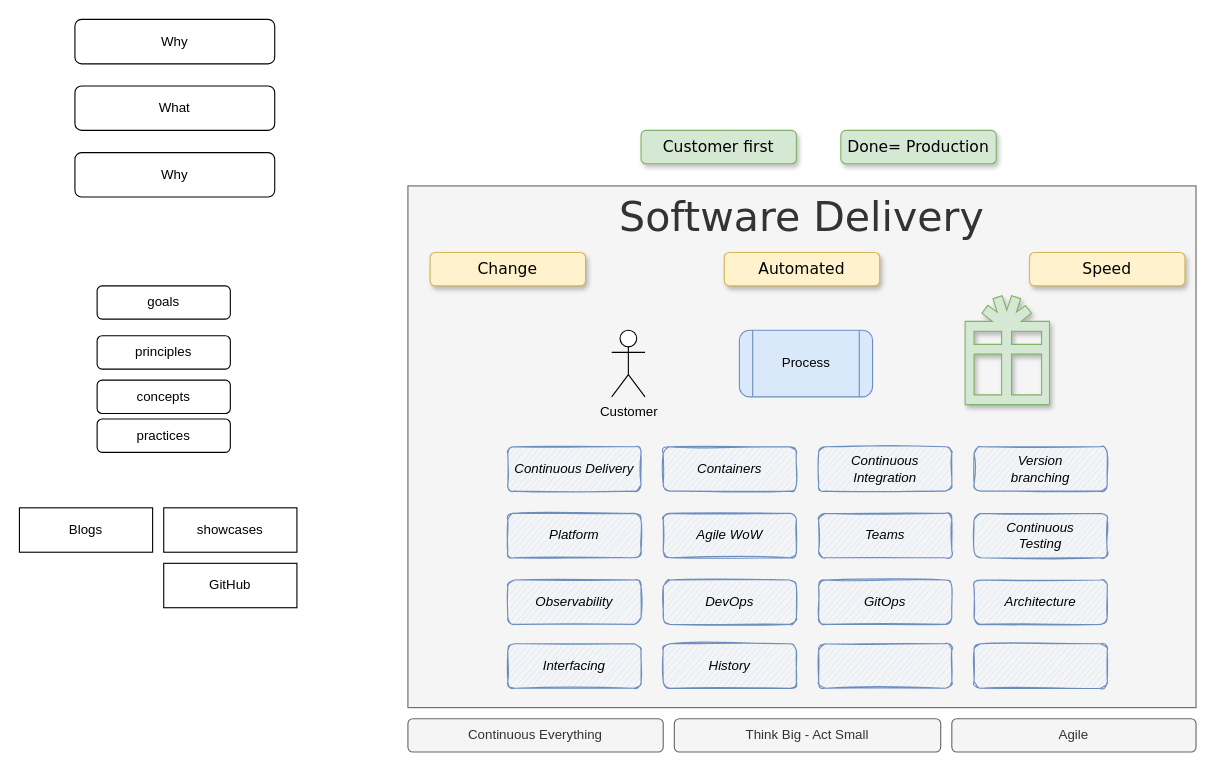
This is MindsetCD.drawio from Sim007/ContinuousDelivery, a draw.io file, before an edit. Source tidied: cells renumbered, new cells numbered last; positions are measured from the earlier drawing's top-left corner, leaving out a move shared by most shapes. Both pictures are drawn from the tidied source at 111%, with x=0, y=0 at pixel (19, 19).
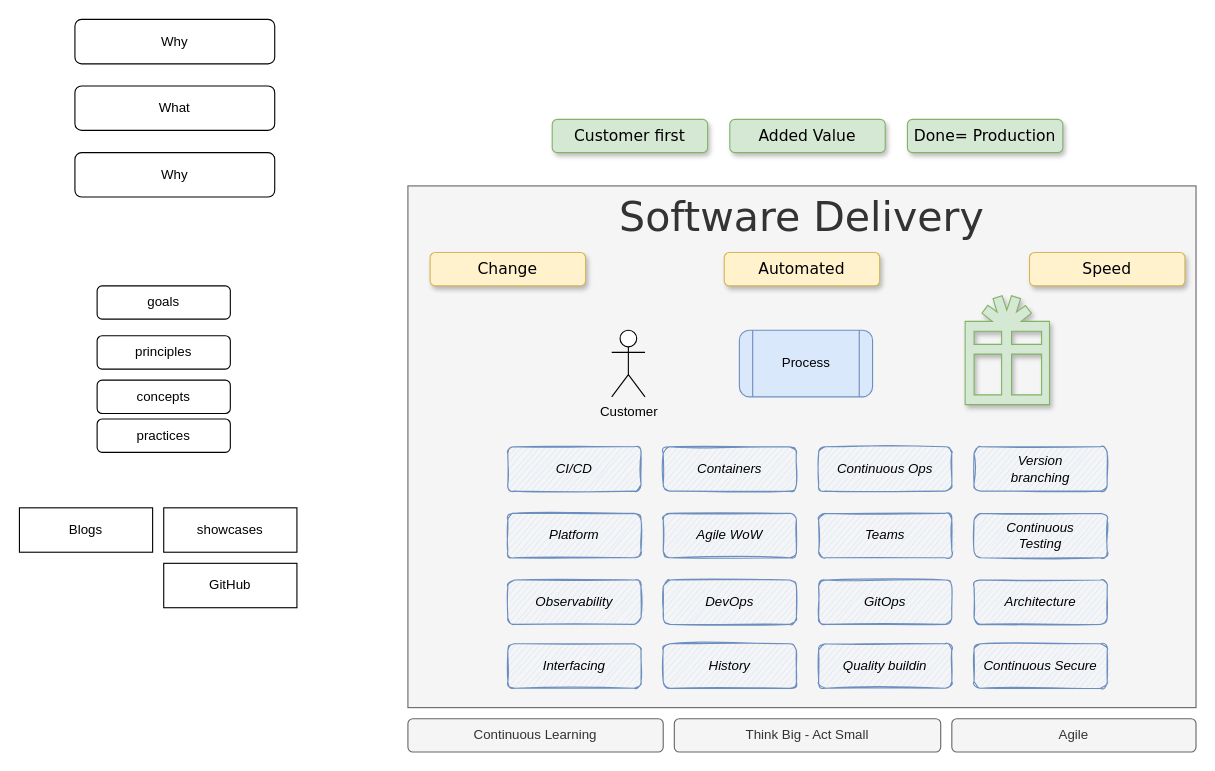
Above is the later version.

The change refers to these unchanged cells:
```xml
<mxCell id="2" value="Software Delivery" style="rounded=0;whiteSpace=wrap;html=1;verticalAlign=top;fontSize=37;labelBorderColor=none;fillColor=#f5f5f5;strokeColor=#666666;fontColor=#333333;fontFamily=Verdana;" parent="1" vertex="1">
  <mxGeometry x="350" y="150" width="710" height="470" as="geometry" />
</mxCell>
```

Change to the diagram source:
```diff
@@
-    <mxCell id="5" value="Continuous Delivery" style="rounded=1;whiteSpace=wrap;html=1;fontStyle=2;sketch=1;glass=0;fillColor=#dae8fc;strokeColor=#6c8ebf;" parent="2" vertex="1">
+    <mxCell id="5" value="CI/CD" style="rounded=1;whiteSpace=wrap;html=1;fontStyle=2;sketch=1;glass=0;fillColor=#dae8fc;strokeColor=#6c8ebf;" parent="2" vertex="1">
       <mxGeometry x="90" y="235" width="120" height="40" as="geometry" />
     </mxCell>
@@
-    <mxCell id="7" value="Continuous Integration" style="rounded=1;whiteSpace=wrap;html=1;fontStyle=2;sketch=1;glass=0;fillColor=#dae8fc;strokeColor=#6c8ebf;" parent="2" vertex="1">
+    <mxCell id="7" value="Continuous Ops" style="rounded=1;whiteSpace=wrap;html=1;fontStyle=2;sketch=1;glass=0;fillColor=#dae8fc;strokeColor=#6c8ebf;" parent="2" vertex="1">
       <mxGeometry x="370" y="235" width="120" height="40" as="geometry" />
     </mxCell>
@@
-    <mxCell id="19" style="rounded=1;whiteSpace=wrap;html=1;fontStyle=2;sketch=1;glass=0;fillColor=#dae8fc;strokeColor=#6c8ebf;" parent="2" vertex="1">
+    <mxCell id="19" value="Quality buildin" style="rounded=1;whiteSpace=wrap;html=1;fontStyle=2;sketch=1;glass=0;fillColor=#dae8fc;strokeColor=#6c8ebf;" parent="2" vertex="1">
       <mxGeometry x="370" y="412.5" width="120" height="40" as="geometry" />
     </mxCell>
-    <mxCell id="20" style="rounded=1;whiteSpace=wrap;html=1;fontStyle=2;sketch=1;glass=0;fillColor=#dae8fc;strokeColor=#6c8ebf;" parent="2" vertex="1">
+    <mxCell id="20" value="Continuous Secure" style="rounded=1;whiteSpace=wrap;html=1;fontStyle=2;sketch=1;glass=0;fillColor=#dae8fc;strokeColor=#6c8ebf;" parent="2" vertex="1">
       <mxGeometry x="510" y="412.5" width="120" height="40" as="geometry" />
     </mxCell>
@@
-    <mxCell id="26" value="Continuous Everything" style="rounded=1;whiteSpace=wrap;html=1;fillColor=#f5f5f5;strokeColor=#666666;fontColor=#333333;" parent="1" vertex="1">
+    <mxCell id="26" value="Continuous Learning" style="rounded=1;whiteSpace=wrap;html=1;fillColor=#f5f5f5;strokeColor=#666666;fontColor=#333333;" parent="1" vertex="1">
       <mxGeometry x="350" y="630" width="230" height="30" as="geometry" />
     </mxCell>
@@
     <mxCell id="36" value="Customer first" style="rounded=1;whiteSpace=wrap;html=1;shadow=1;glass=0;labelBackgroundColor=none;sketch=0;fontFamily=Verdana;fontSize=14;verticalAlign=top;fillColor=#d5e8d4;strokeColor=#82b366;" parent="1" vertex="1">
-      <mxGeometry x="560" y="100" width="140" height="30" as="geometry" />
+      <mxGeometry x="480" y="90" width="140" height="30" as="geometry" />
     </mxCell>
     <mxCell id="37" value="Done= Production" style="rounded=1;whiteSpace=wrap;html=1;shadow=1;glass=0;labelBackgroundColor=none;sketch=0;fontFamily=Verdana;fontSize=14;verticalAlign=top;fillColor=#d5e8d4;strokeColor=#82b366;" parent="1" vertex="1">
-      <mxGeometry x="740" y="100" width="140" height="30" as="geometry" />
+      <mxGeometry x="800" y="90" width="140" height="30" as="geometry" />
     </mxCell>
@@
+    <mxCell id="40" value="Added Value" style="rounded=1;whiteSpace=wrap;html=1;shadow=1;glass=0;labelBackgroundColor=none;sketch=0;fontFamily=Verdana;fontSize=14;verticalAlign=top;fillColor=#d5e8d4;strokeColor=#82b366;" parent="1" vertex="1">
+      <mxGeometry x="640" y="90" width="140" height="30" as="geometry" />
+    </mxCell>
```
